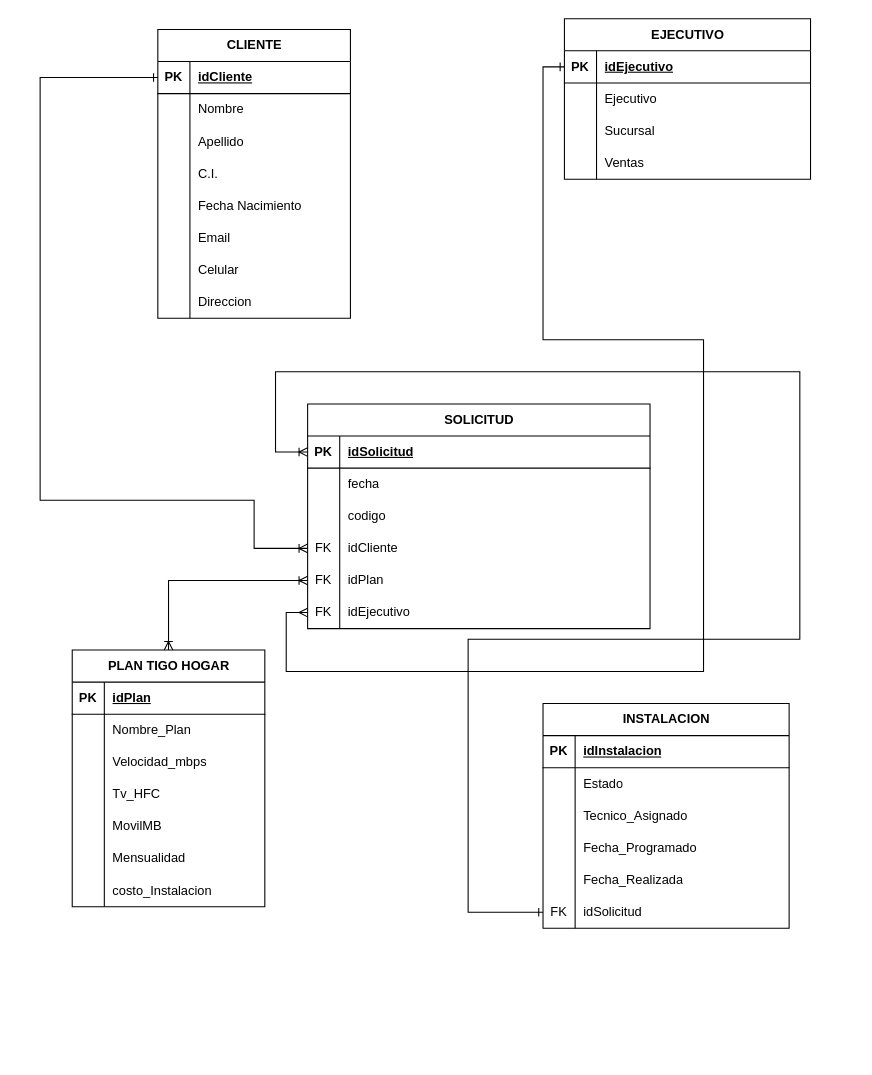
This is page "Modelo Relacional" (2 of 2) of Diagrama, Entidad y Relacion.drawio from Robert-VT/Proyecto-BaseDeDatos-, a draw.io file, before an edit. Source tidied: cells renumbered, new cells numbered last; positions are measured from the earlier drawing's top-left corner, leaving out a move shared by most shapes. Both pictures are drawn from the tidied source at 107%, with x=0, y=0 at pixel (40, 18).
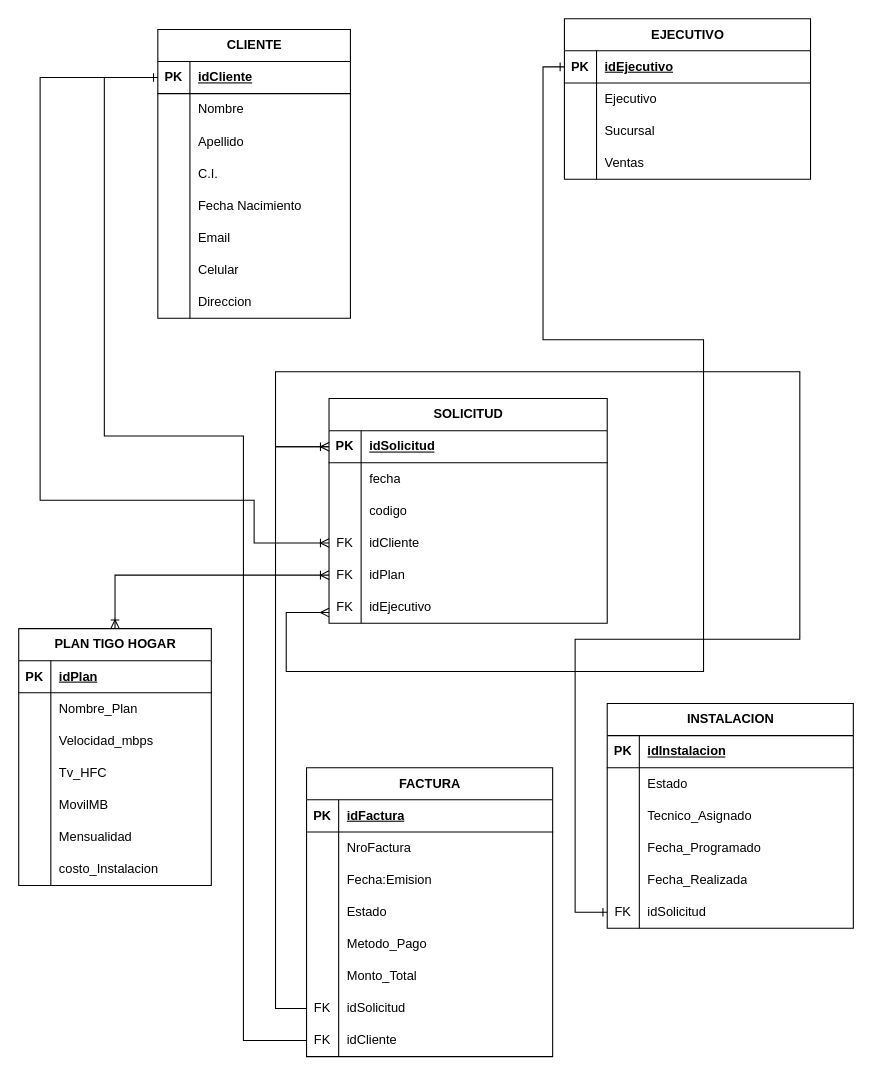
After the change.

Unchanged cells that the change refers to:
```xml
<mxCell id="4" style="shape=tableRow;horizontal=0;startSize=0;swimlaneHead=0;swimlaneBody=0;fillColor=none;points=[[0,0.5],[1,0.5]];portConstraint=eastwest;top=0;left=0;right=0;bottom=1;" parent="3" vertex="1">
  <mxGeometry y="30" width="180" height="30" as="geometry" />
</mxCell>
<mxCell id="100" style="shape=tableRow;horizontal=0;startSize=0;swimlaneHead=0;swimlaneBody=0;fillColor=none;points=[[0,0.5],[1,0.5]];portConstraint=eastwest;top=0;left=0;right=0;bottom=0;" parent="84" vertex="1">
  <mxGeometry y="180" width="230" height="30" as="geometry" />
</mxCell>
```

What changed in the source:
```diff
@@
     <mxCell id="28" value="SOLICITUD" style="shape=table;startSize=30;childLayout=tableLayout;rowLines=0;fontStyle=1;align=center;html=1;" parent="1" vertex="1">
-      <mxGeometry x="250" y="360" width="320" height="210" as="geometry" />
+      <mxGeometry x="270" y="355" width="260" height="210" as="geometry" />
     </mxCell>
     <mxCell id="29" style="shape=tableRow;horizontal=0;startSize=0;swimlaneHead=0;swimlaneBody=0;fillColor=none;points=[[0,0.5],[1,0.5]];portConstraint=eastwest;top=0;left=0;right=0;bottom=1;" parent="28" vertex="1">
-      <mxGeometry y="30" width="320" height="30" as="geometry" />
+      <mxGeometry y="30" width="260" height="30" as="geometry" />
     </mxCell>
@@
     <mxCell id="31" value="idSolicitud" style="shape=partialRectangle;fillColor=none;top=0;left=0;bottom=0;right=0;align=left;spacingLeft=6;fontStyle=5;overflow=hidden;whiteSpace=wrap;html=1;" parent="29" vertex="1">
-      <mxGeometry x="30" width="290" height="30" as="geometry" />
+      <mxGeometry x="30" width="230" height="30" as="geometry" />
     </mxCell>
     <mxCell id="32" style="shape=tableRow;horizontal=0;startSize=0;swimlaneHead=0;swimlaneBody=0;fillColor=none;top=0;left=0;right=0;bottom=0;" parent="28" vertex="1">
-      <mxGeometry y="60" width="320" height="30" as="geometry" />
+      <mxGeometry y="60" width="260" height="30" as="geometry" />
     </mxCell>
@@
     <mxCell id="34" value="fecha" style="shape=partialRectangle;fillColor=none;top=0;left=0;bottom=0;right=0;align=left;spacingLeft=6;overflow=hidden;whiteSpace=wrap;html=1;" parent="32" vertex="1">
-      <mxGeometry x="30" width="290" height="30" as="geometry" />
+      <mxGeometry x="30" width="230" height="30" as="geometry" />
     </mxCell>
     <mxCell id="35" style="shape=tableRow;horizontal=0;startSize=0;swimlaneHead=0;swimlaneBody=0;fillColor=none;top=0;left=0;right=0;bottom=0;" parent="28" vertex="1">
-      <mxGeometry y="90" width="320" height="30" as="geometry" />
+      <mxGeometry y="90" width="260" height="30" as="geometry" />
     </mxCell>
@@
     <mxCell id="37" value="codigo" style="shape=partialRectangle;fillColor=none;top=0;left=0;bottom=0;right=0;align=left;spacingLeft=6;overflow=hidden;whiteSpace=wrap;html=1;" parent="35" vertex="1">
-      <mxGeometry x="30" width="290" height="30" as="geometry" />
+      <mxGeometry x="30" width="230" height="30" as="geometry" />
     </mxCell>
     <mxCell id="38" style="shape=tableRow;horizontal=0;startSize=0;swimlaneHead=0;swimlaneBody=0;fillColor=none;points=[[0,0.5],[1,0.5]];portConstraint=eastwest;top=0;left=0;right=0;bottom=0;" parent="28" vertex="1">
-      <mxGeometry y="120" width="320" height="30" as="geometry" />
+      <mxGeometry y="120" width="260" height="30" as="geometry" />
     </mxCell>
@@
     <mxCell id="40" value="idCliente" style="shape=partialRectangle;fillColor=none;top=0;left=0;bottom=0;right=0;align=left;spacingLeft=6;overflow=hidden;whiteSpace=wrap;html=1;" parent="38" vertex="1">
-      <mxGeometry x="30" width="290" height="30" as="geometry" />
+      <mxGeometry x="30" width="230" height="30" as="geometry" />
     </mxCell>
     <mxCell id="41" style="shape=tableRow;horizontal=0;startSize=0;swimlaneHead=0;swimlaneBody=0;fillColor=none;points=[[0,0.5],[1,0.5]];portConstraint=eastwest;top=0;left=0;right=0;bottom=0;" parent="28" vertex="1">
-      <mxGeometry y="150" width="320" height="30" as="geometry" />
+      <mxGeometry y="150" width="260" height="30" as="geometry" />
     </mxCell>
@@
     <mxCell id="43" value="idPlan" style="shape=partialRectangle;fillColor=none;top=0;left=0;bottom=0;right=0;align=left;spacingLeft=6;overflow=hidden;whiteSpace=wrap;html=1;" parent="41" vertex="1">
-      <mxGeometry x="30" width="290" height="30" as="geometry" />
+      <mxGeometry x="30" width="230" height="30" as="geometry" />
     </mxCell>
     <mxCell id="44" style="shape=tableRow;horizontal=0;startSize=0;swimlaneHead=0;swimlaneBody=0;fillColor=none;points=[[0,0.5],[1,0.5]];portConstraint=eastwest;top=0;left=0;right=0;bottom=0;" parent="28" vertex="1">
-      <mxGeometry y="180" width="320" height="30" as="geometry" />
+      <mxGeometry y="180" width="260" height="30" as="geometry" />
     </mxCell>
@@
     <mxCell id="46" value="idEjecutivo" style="shape=partialRectangle;fillColor=none;top=0;left=0;bottom=0;right=0;align=left;spacingLeft=6;overflow=hidden;whiteSpace=wrap;html=1;" parent="44" vertex="1">
-      <mxGeometry x="30" width="290" height="30" as="geometry" />
+      <mxGeometry x="30" width="230" height="30" as="geometry" />
     </mxCell>
@@
     <mxCell id="61" value="PLAN TIGO HOGAR" style="shape=table;startSize=30;childLayout=tableLayout;rowLines=0;fontStyle=1;align=center;html=1;" parent="1" vertex="1">
-      <mxGeometry x="30" y="590" width="180" height="240" as="geometry" />
+      <mxGeometry x="-20" y="570" width="180" height="240" as="geometry" />
     </mxCell>
@@
     <mxCell id="83" style="edgeStyle=orthogonalEdgeStyle;rounded=0;jettySize=auto;html=1;entryX=0;entryY=0.5;entryDx=0;entryDy=0;startArrow=ERoneToMany;startFill=0;endArrow=ERone;endFill=0;exitX=0;exitY=0.5;exitDx=0;exitDy=0;" parent="1" edge="1" source="38" target="4">
       <mxGeometry relative="1" as="geometry">
         <Array as="points">
-          <mxPoint x="200" y="495" />
+          <mxPoint x="200" y="490" />
           <mxPoint x="200" y="450" />
           <mxPoint y="450" />
           <mxPoint y="55" />
         </Array>
       </mxGeometry>
     </mxCell>
     <mxCell id="84" value="INSTALACION" style="shape=table;startSize=30;childLayout=tableLayout;rowLines=0;fontStyle=1;align=center;html=1;" parent="1" vertex="1">
-      <mxGeometry x="470" y="640" width="230" height="210" as="geometry" />
+      <mxGeometry x="530" y="640" width="230" height="210" as="geometry" />
     </mxCell>
@@
     <mxCell id="103" style="edgeStyle=orthogonalEdgeStyle;rounded=0;jettySize=auto;html=1;entryX=0;entryY=0.5;entryDx=0;entryDy=0;exitX=0;exitY=0.5;exitDx=0;exitDy=0;endArrow=ERoneToMany;endFill=0;startArrow=ERone;startFill=0;" parent="1" edge="1" source="100" target="29">
       <mxGeometry relative="1" as="geometry">
         <Array as="points">
-          <mxPoint x="400" y="835" />
-          <mxPoint x="400" y="580" />
+          <mxPoint x="500" y="835" />
+          <mxPoint x="500" y="580" />
           <mxPoint x="710" y="580" />
           <mxPoint x="710" y="330" />
           <mxPoint x="220" y="330" />
-          <mxPoint x="220" y="405" />
+          <mxPoint x="220" y="400" />
         </Array>
       </mxGeometry>
     </mxCell>
@@
+    <mxCell id="105" value="FACTURA" style="shape=table;startSize=30;childLayout=tableLayout;rowLines=0;fontStyle=1;align=center;html=1;" parent="1" vertex="1">
+      <mxGeometry x="249" y="700" width="230" height="270" as="geometry" />
+    </mxCell>
+    <mxCell id="106" style="shape=tableRow;horizontal=0;startSize=0;swimlaneHead=0;swimlaneBody=0;fillColor=none;top=0;left=0;right=0;bottom=1;" parent="105" vertex="1">
+      <mxGeometry y="30" width="230" height="30" as="geometry" />
+    </mxCell>
+    <mxCell id="107" value="PK" style="shape=partialRectangle;fillColor=none;top=0;left=0;bottom=0;right=0;fontStyle=1;overflow=hidden;whiteSpace=wrap;html=1;" parent="106" vertex="1">
+      <mxGeometry width="30" height="30" as="geometry" />
+    </mxCell>
+    <mxCell id="108" value="idFactura" style="shape=partialRectangle;fillColor=none;top=0;left=0;bottom=0;right=0;align=left;spacingLeft=6;fontStyle=5;overflow=hidden;whiteSpace=wrap;html=1;" parent="106" vertex="1">
+      <mxGeometry x="30" width="200" height="30" as="geometry" />
+    </mxCell>
+    <mxCell id="109" style="shape=tableRow;horizontal=0;startSize=0;swimlaneHead=0;swimlaneBody=0;fillColor=none;top=0;left=0;right=0;bottom=0;" parent="105" vertex="1">
+      <mxGeometry y="60" width="230" height="30" as="geometry" />
+    </mxCell>
+    <mxCell id="110" style="shape=partialRectangle;fillColor=none;top=0;left=0;bottom=0;right=0;overflow=hidden;whiteSpace=wrap;html=1;" parent="109" vertex="1">
+      <mxGeometry width="30" height="30" as="geometry" />
+    </mxCell>
+    <mxCell id="111" value="NroFactura" style="shape=partialRectangle;fillColor=none;top=0;left=0;bottom=0;right=0;align=left;spacingLeft=6;overflow=hidden;whiteSpace=wrap;html=1;" parent="109" vertex="1">
+      <mxGeometry x="30" width="200" height="30" as="geometry" />
+    </mxCell>
+    <mxCell id="112" style="shape=tableRow;horizontal=0;startSize=0;swimlaneHead=0;swimlaneBody=0;fillColor=none;top=0;left=0;right=0;bottom=0;" parent="105" vertex="1">
+      <mxGeometry y="90" width="230" height="30" as="geometry" />
+    </mxCell>
+    <mxCell id="113" style="shape=partialRectangle;fillColor=none;top=0;left=0;bottom=0;right=0;overflow=hidden;whiteSpace=wrap;html=1;" parent="112" vertex="1">
+      <mxGeometry width="30" height="30" as="geometry" />
+    </mxCell>
+    <mxCell id="114" value="Fecha:Emision" style="shape=partialRectangle;fillColor=none;top=0;left=0;bottom=0;right=0;align=left;spacingLeft=6;overflow=hidden;whiteSpace=wrap;html=1;" parent="112" vertex="1">
+      <mxGeometry x="30" width="200" height="30" as="geometry" />
+    </mxCell>
+    <mxCell id="115" style="shape=tableRow;horizontal=0;startSize=0;swimlaneHead=0;swimlaneBody=0;fillColor=none;top=0;left=0;right=0;bottom=0;" parent="105" vertex="1">
+      <mxGeometry y="120" width="230" height="30" as="geometry" />
+    </mxCell>
+    <mxCell id="116" style="shape=partialRectangle;fillColor=none;top=0;left=0;bottom=0;right=0;overflow=hidden;whiteSpace=wrap;html=1;" parent="115" vertex="1">
+      <mxGeometry width="30" height="30" as="geometry" />
+    </mxCell>
+    <mxCell id="117" value="Estado" style="shape=partialRectangle;fillColor=none;top=0;left=0;bottom=0;right=0;align=left;spacingLeft=6;overflow=hidden;whiteSpace=wrap;html=1;" parent="115" vertex="1">
+      <mxGeometry x="30" width="200" height="30" as="geometry" />
+    </mxCell>
+    <mxCell id="118" style="shape=tableRow;horizontal=0;startSize=0;swimlaneHead=0;swimlaneBody=0;fillColor=none;top=0;left=0;right=0;bottom=0;" parent="105" vertex="1">
+      <mxGeometry y="150" width="230" height="30" as="geometry" />
+    </mxCell>
+    <mxCell id="119" style="shape=partialRectangle;fillColor=none;top=0;left=0;bottom=0;right=0;overflow=hidden;whiteSpace=wrap;html=1;" parent="118" vertex="1">
+      <mxGeometry width="30" height="30" as="geometry" />
+    </mxCell>
+    <mxCell id="120" value="Metodo_Pago" style="shape=partialRectangle;fillColor=none;top=0;left=0;bottom=0;right=0;align=left;spacingLeft=6;overflow=hidden;whiteSpace=wrap;html=1;" parent="118" vertex="1">
+      <mxGeometry x="30" width="200" height="30" as="geometry" />
+    </mxCell>
+    <mxCell id="121" style="shape=tableRow;horizontal=0;startSize=0;swimlaneHead=0;swimlaneBody=0;fillColor=none;top=0;left=0;right=0;bottom=0;" parent="105" vertex="1">
+      <mxGeometry y="180" width="230" height="30" as="geometry" />
+    </mxCell>
+    <mxCell id="122" style="shape=partialRectangle;fillColor=none;top=0;left=0;bottom=0;right=0;overflow=hidden;whiteSpace=wrap;html=1;" parent="121" vertex="1">
+      <mxGeometry width="30" height="30" as="geometry" />
+    </mxCell>
+    <mxCell id="123" value="Monto_Total" style="shape=partialRectangle;fillColor=none;top=0;left=0;bottom=0;right=0;align=left;spacingLeft=6;overflow=hidden;whiteSpace=wrap;html=1;" parent="121" vertex="1">
+      <mxGeometry x="30" width="200" height="30" as="geometry" />
+    </mxCell>
+    <mxCell id="124" style="shape=tableRow;horizontal=0;startSize=0;swimlaneHead=0;swimlaneBody=0;fillColor=none;points=[[0,0.5],[1,0.5]];portConstraint=eastwest;top=0;left=0;right=0;bottom=0;" parent="105" vertex="1">
+      <mxGeometry y="210" width="230" height="30" as="geometry" />
+    </mxCell>
+    <mxCell id="125" value="FK" style="shape=partialRectangle;fillColor=none;top=0;left=0;bottom=0;right=0;overflow=hidden;whiteSpace=wrap;html=1;" parent="124" vertex="1">
+      <mxGeometry width="30" height="30" as="geometry" />
+    </mxCell>
+    <mxCell id="126" value="idSolicitud" style="shape=partialRectangle;fillColor=none;top=0;left=0;bottom=0;right=0;align=left;spacingLeft=6;overflow=hidden;whiteSpace=wrap;html=1;" parent="124" vertex="1">
+      <mxGeometry x="30" width="200" height="30" as="geometry" />
+    </mxCell>
+    <mxCell id="127" style="shape=tableRow;horizontal=0;startSize=0;swimlaneHead=0;swimlaneBody=0;fillColor=none;points=[[0,0.5],[1,0.5]];portConstraint=eastwest;top=0;left=0;right=0;bottom=0;" parent="105" vertex="1">
+      <mxGeometry y="240" width="230" height="30" as="geometry" />
+    </mxCell>
+    <mxCell id="128" value="FK" style="shape=partialRectangle;fillColor=none;top=0;left=0;bottom=0;right=0;overflow=hidden;whiteSpace=wrap;html=1;" parent="127" vertex="1">
+      <mxGeometry width="30" height="30" as="geometry" />
+    </mxCell>
+    <mxCell id="129" value="idCliente" style="shape=partialRectangle;fillColor=none;top=0;left=0;bottom=0;right=0;align=left;spacingLeft=6;overflow=hidden;whiteSpace=wrap;html=1;" parent="127" vertex="1">
+      <mxGeometry x="30" width="200" height="30" as="geometry" />
+    </mxCell>
+    <mxCell id="130" style="edgeStyle=orthogonalEdgeStyle;rounded=0;jettySize=auto;html=1;exitX=0;exitY=0.5;exitDx=0;exitDy=0;endArrow=none;endFill=0;entryX=0;entryY=0.5;entryDx=0;entryDy=0;" parent="1" edge="1" source="124" target="29">
+      <mxGeometry relative="1" as="geometry">
+        <Array as="points">
+          <mxPoint x="220" y="925" />
+          <mxPoint x="220" y="400" />
+        </Array>
+      </mxGeometry>
+    </mxCell>
+    <mxCell id="131" style="edgeStyle=orthogonalEdgeStyle;rounded=0;jettySize=auto;html=1;exitX=0;exitY=0.5;exitDx=0;exitDy=0;entryX=0;entryY=0.5;entryDx=0;entryDy=0;endArrow=none;endFill=0;" parent="1" edge="1" source="127" target="4">
+      <mxGeometry relative="1" as="geometry">
+        <Array as="points">
+          <mxPoint x="190" y="955" />
+          <mxPoint x="190" y="390" />
+          <mxPoint x="60" y="390" />
+          <mxPoint x="60" y="55" />
+        </Array>
+      </mxGeometry>
+    </mxCell>
```
